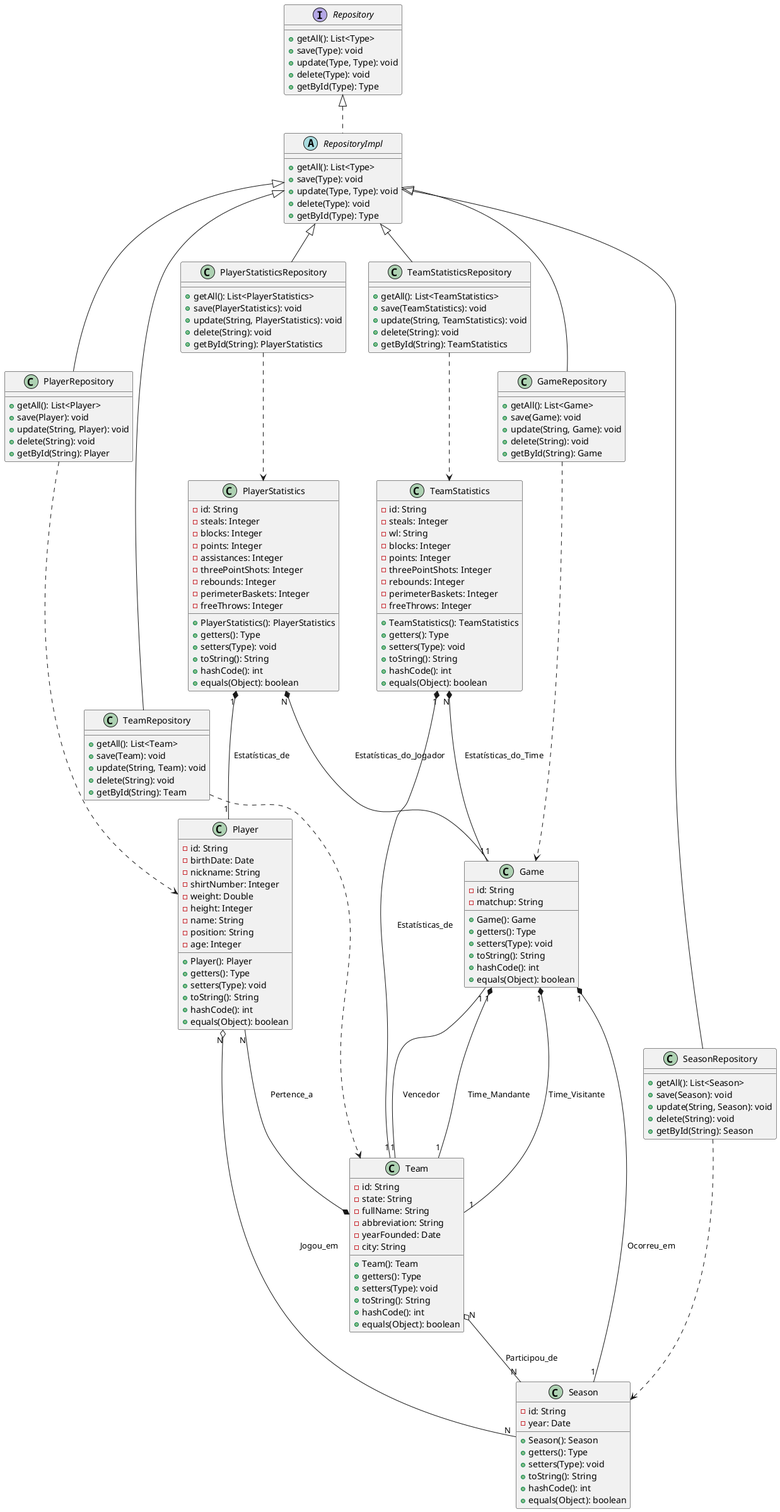
The PlantUML diagram aps/diagrams/classe/model.png in Pedro-H-Gregorio/NBA_api, before a commit.
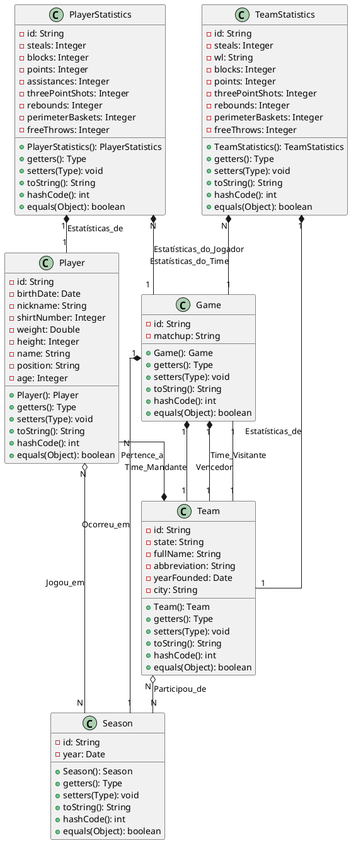
After the commit.

Commit message:
att o diagrama de classe

What changed in the source:
```diff
@@ -1,4 +1,6 @@
 @startuml
+skinparam linetype ortho
+
 class Player {
     - id: String
     - birthDate: Date
@@ -96,85 +98,6 @@
     + equals(Object): boolean
 }
 
-interface Repository {
-    + getAll(): List<Type>
-    + save(Type): void
-    + update(Type, Type): void
-    + delete(Type): void
-    + getById(Type): Type
-}
-
-abstract RepositoryImpl {
-    + getAll(): List<Type>
-    + save(Type): void
-    + update(Type, Type): void
-    + delete(Type): void
-    + getById(Type): Type
-}
-
-class PlayerRepository {
-    + getAll(): List<Player>
-    + save(Player): void
-    + update(String, Player): void
-    + delete(String): void
-    + getById(String): Player
-}
-
-class TeamRepository {
-    + getAll(): List<Team>
-    + save(Team): void
-    + update(String, Team): void
-    + delete(String): void
-    + getById(String): Team
-}
-
-class GameRepository {
-    + getAll(): List<Game>
-    + save(Game): void
-    + update(String, Game): void
-    + delete(String): void
-    + getById(String): Game
-}
-
-class SeasonRepository {
-    + getAll(): List<Season>
-    + save(Season): void
-    + update(String, Season): void
-    + delete(String): void
-    + getById(String): Season
-}
-
-class PlayerStatisticsRepository {
-    + getAll(): List<PlayerStatistics>
-    + save(PlayerStatistics): void
-    + update(String, PlayerStatistics): void
-    + delete(String): void
-    + getById(String): PlayerStatistics
-}
-
-class TeamStatisticsRepository {
-    + getAll(): List<TeamStatistics>
-    + save(TeamStatistics): void
-    + update(String, TeamStatistics): void
-    + delete(String): void
-    + getById(String): TeamStatistics
-}
-
-Repository <|.. RepositoryImpl
-RepositoryImpl <|-- PlayerRepository
-RepositoryImpl <|-- TeamRepository
-RepositoryImpl <|-- GameRepository
-RepositoryImpl <|-- SeasonRepository
-RepositoryImpl <|-- PlayerStatisticsRepository
-RepositoryImpl <|-- TeamStatisticsRepository
-
-PlayerRepository ..> Player
-TeamRepository ..> Team
-GameRepository ..> Game
-SeasonRepository ..> Season
-PlayerStatisticsRepository ..> PlayerStatistics
-TeamStatisticsRepository ..> TeamStatistics
-
 Player "N" o-- "N" Season : Jogou_em
 Team "N" o-- "N" Season : Participou_de
 Player "N" --* Team : Pertence_a
```
